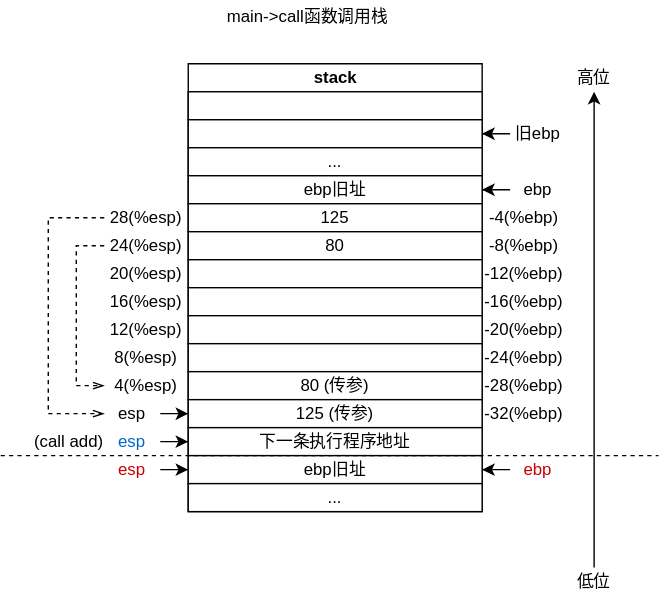
Before: drawio/x86callFunc.drawio.svg, a diagram exported from draw.io (Stolorzs/Picgo). Source tidied: cells renumbered, new cells last; positions are measured from the earlier drawing's top-left corner, leaving out a move shared by most shapes.
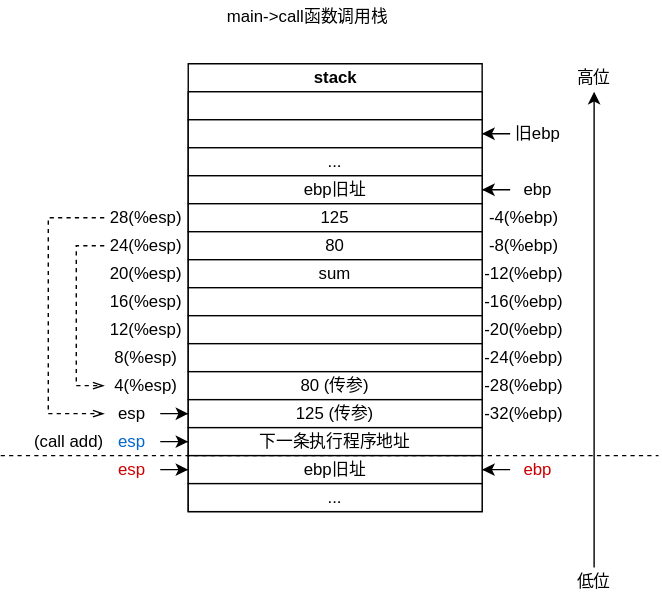
The same file after the commit.

The edit, as a diff of the source:
```diff
@@ -23,7 +23,7 @@
     <mxCell id="8" value="80" style="rounded=0;whiteSpace=wrap;html=1;" parent="2" vertex="1">
       <mxGeometry y="120" width="210" height="20" as="geometry" />
     </mxCell>
-    <mxCell id="9" style="rounded=0;whiteSpace=wrap;html=1;" parent="2" vertex="1">
+    <mxCell id="9" value="sum" style="rounded=0;whiteSpace=wrap;html=1;" parent="2" vertex="1">
       <mxGeometry y="140" width="210" height="20" as="geometry" />
     </mxCell>
     <mxCell id="10" style="rounded=0;whiteSpace=wrap;html=1;" parent="2" vertex="1">
```
